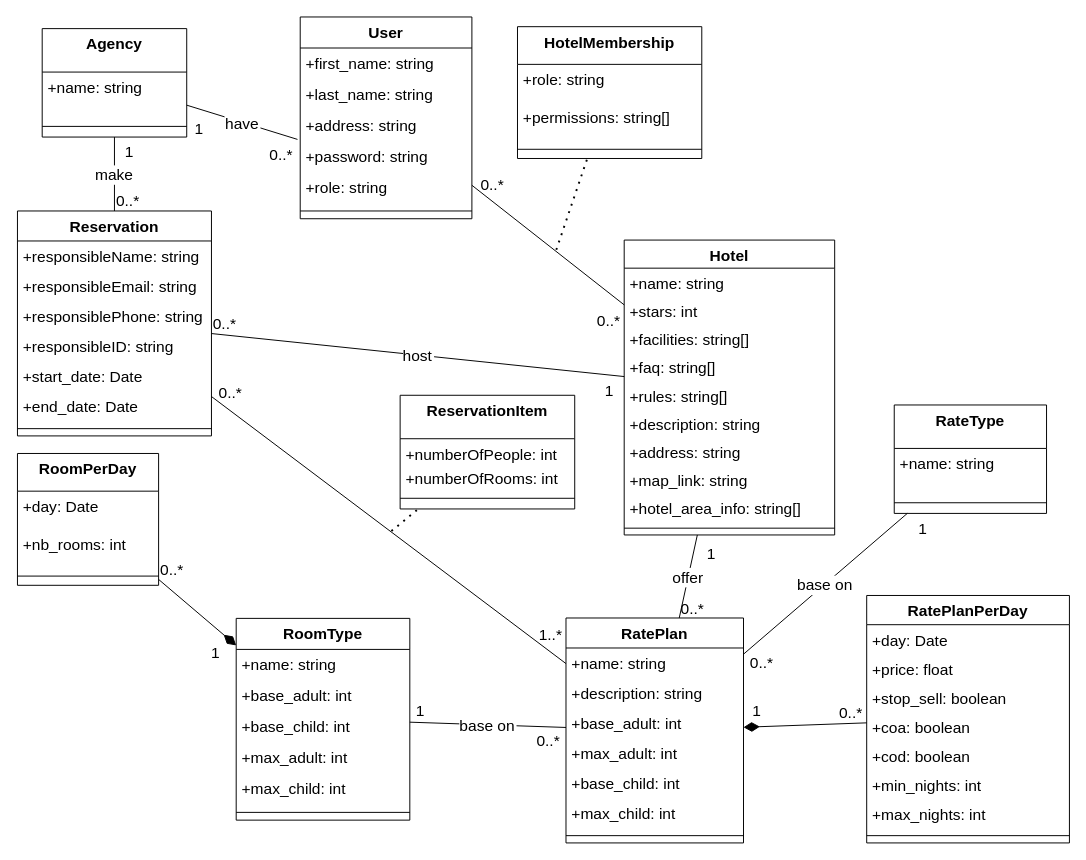
Above: page "back" (3 of 3) of class_diagram.drawio in jawharhmidi02/resrvy_diagrams (draw.io), before the change. Source tidied: cells renumbered, new cells numbered last; positions are measured from the earlier drawing's top-left corner, leaving out a move shared by most shapes. Both pictures are drawn from the tidied source at 97%, with x=0, y=0 at pixel (16, 16).
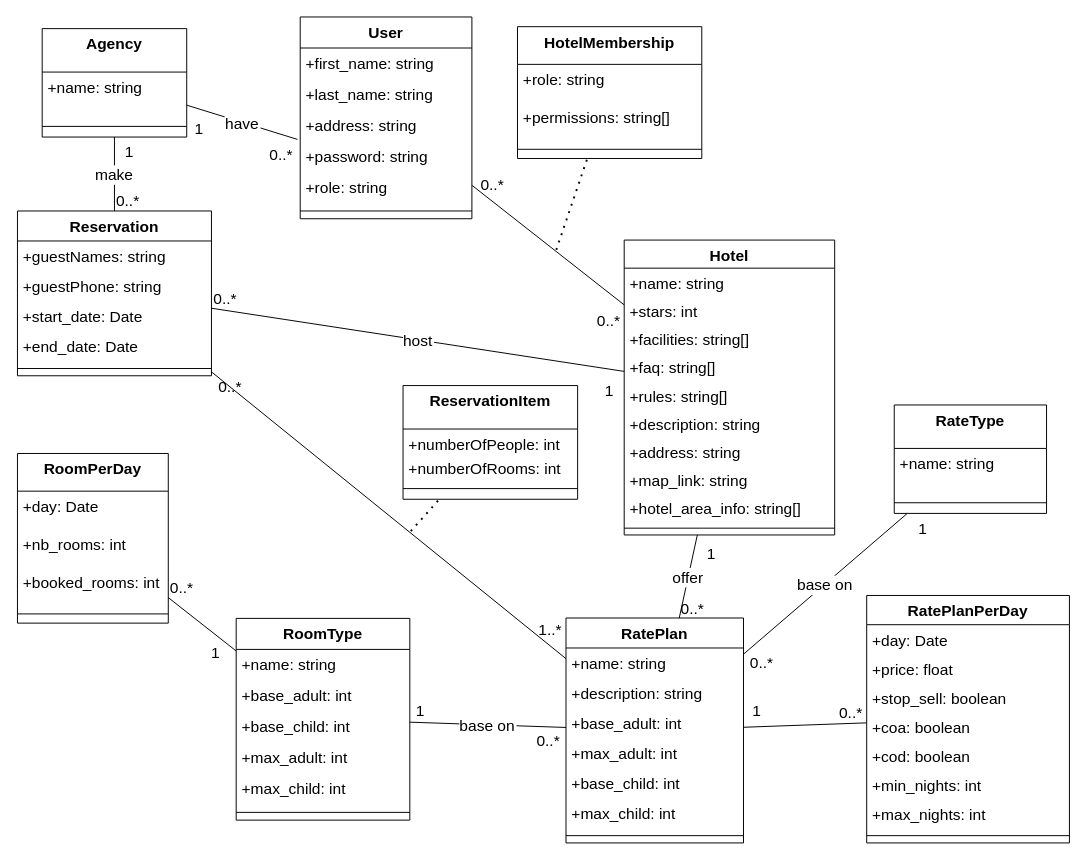
After the change.

Unchanged cells that the change refers to:
```xml
<mxCell id="39" value="RatePlan" style="swimlane;fontStyle=1;align=center;verticalAlign=top;horizontal=1;startSize=30.933333333333334;fontSize=16;" parent="1" vertex="1">
  <mxGeometry x="566" y="619.6" width="183" height="231.9" as="geometry" />
</mxCell>
<mxCell id="47" value="RatePlanPerDay" style="swimlane;fontStyle=1;align=center;verticalAlign=top;horizontal=1;startSize=30.11764705882353;fontSize=16;" parent="1" vertex="1">
  <mxGeometry x="876" y="596.4" width="209" height="255.1" as="geometry" />
</mxCell>
<mxCell id="56" value="RoomType" style="swimlane;fontStyle=1;align=center;verticalAlign=top;horizontal=1;startSize=32;fontSize=16;" parent="1" vertex="1">
  <mxGeometry x="226" y="620" width="179" height="208" as="geometry" />
</mxCell>
```

The edit, as a diff of the source:
```diff
@@
     <mxCell id="27" value="Reservation" style="swimlane;fontStyle=1;align=center;verticalAlign=top;horizontal=1;startSize=30.933333333333334;fontSize=16;" parent="1" vertex="1">
-      <mxGeometry x="0.5" y="200" width="200" height="231.9" as="geometry" />
+      <mxGeometry x="0.5" y="200" width="200" height="169.9" as="geometry" />
     </mxCell>
-    <mxCell id="28" value="+responsibleName: string" style="text;strokeColor=none;fillColor=none;align=left;verticalAlign=top;spacingLeft=4;spacingRight=4;overflow=hidden;fontSize=16;" parent="27" vertex="1">
+    <mxCell id="28" value="+guestNames: string" style="text;strokeColor=none;fillColor=none;align=left;verticalAlign=top;spacingLeft=4;spacingRight=4;overflow=hidden;fontSize=16;" parent="27" vertex="1">
       <mxGeometry y="30.9" width="200" height="31" as="geometry" />
     </mxCell>
-    <mxCell id="29" value="+responsibleEmail: string" style="text;strokeColor=none;fillColor=none;align=left;verticalAlign=top;spacingLeft=4;spacingRight=4;overflow=hidden;fontSize=16;" parent="27" vertex="1">
-      <mxGeometry y="61.9" width="200" height="31" as="geometry" />
-    </mxCell>
-    <mxCell id="30" value="+responsiblePhone: string" style="text;strokeColor=none;fillColor=none;align=left;verticalAlign=top;spacingLeft=4;spacingRight=4;overflow=hidden;fontSize=16;" parent="27" vertex="1">
-      <mxGeometry y="92.9" width="200" height="31" as="geometry" />
+    <mxCell id="30" value="+guestPhone: string" style="text;strokeColor=none;fillColor=none;align=left;verticalAlign=top;spacingLeft=4;spacingRight=4;overflow=hidden;fontSize=16;" parent="27" vertex="1">
+      <mxGeometry y="61.9" width="200" height="31" as="geometry" />
     </mxCell>
-    <mxCell id="31" value="+responsibleID: string" style="text;strokeColor=none;fillColor=none;align=left;verticalAlign=top;spacingLeft=4;spacingRight=4;overflow=hidden;fontSize=16;" parent="27" vertex="1">
-      <mxGeometry y="123.9" width="200" height="31" as="geometry" />
-    </mxCell>
     <mxCell id="32" value="+start_date: Date" style="text;strokeColor=none;fillColor=none;align=left;verticalAlign=top;spacingLeft=4;spacingRight=4;overflow=hidden;fontSize=16;" parent="27" vertex="1">
-      <mxGeometry y="154.9" width="200" height="31" as="geometry" />
+      <mxGeometry y="92.9" width="200" height="31" as="geometry" />
     </mxCell>
     <mxCell id="33" value="+end_date: Date" style="text;strokeColor=none;fillColor=none;align=left;verticalAlign=top;spacingLeft=4;spacingRight=4;overflow=hidden;fontSize=16;" parent="27" vertex="1">
-      <mxGeometry y="185.9" width="200" height="31" as="geometry" />
+      <mxGeometry y="123.9" width="200" height="31" as="geometry" />
     </mxCell>
     <mxCell id="34" style="line;strokeWidth=1;fillColor=none;align=left;verticalAlign=middle;spacingTop=-1;spacingLeft=3;spacingRight=3;labelPosition=right;strokeColor=inherit;fontSize=16;" parent="27" vertex="1">
-      <mxGeometry y="216.9" width="200" height="15" as="geometry" />
+      <mxGeometry y="154.9" width="200" height="15" as="geometry" />
     </mxCell>
     <mxCell id="35" value="ReservationItem" style="swimlane;fontStyle=1;align=center;verticalAlign=top;horizontal=1;startSize=44.8;fontSize=16;" parent="1" vertex="1">
-      <mxGeometry x="395" y="390" width="180" height="117.2" as="geometry" />
+      <mxGeometry x="398" y="380" width="180" height="117.2" as="geometry" />
     </mxCell>
@@
     <mxCell id="66" value="RoomPerDay" style="swimlane;fontStyle=1;align=center;verticalAlign=top;horizontal=1;startSize=38.857142857142854;fontSize=16;" parent="1" vertex="1">
-      <mxGeometry x="0.5" y="450" width="145.5" height="135.9" as="geometry" />
+      <mxGeometry x="0.5" y="450" width="155.5" height="174.9" as="geometry" />
     </mxCell>
     <mxCell id="67" value="+day: Date" style="text;strokeColor=none;fillColor=none;align=left;verticalAlign=top;spacingLeft=4;spacingRight=4;overflow=hidden;fontSize=16;" parent="66" vertex="1">
-      <mxGeometry y="38.9" width="145.5" height="39" as="geometry" />
+      <mxGeometry y="38.9" width="155.5" height="39" as="geometry" />
     </mxCell>
     <mxCell id="68" value="+nb_rooms: int" style="text;strokeColor=none;fillColor=none;align=left;verticalAlign=top;spacingLeft=4;spacingRight=4;overflow=hidden;fontSize=16;" parent="66" vertex="1">
-      <mxGeometry y="77.9" width="145.5" height="39" as="geometry" />
+      <mxGeometry y="77.9" width="155.5" height="39" as="geometry" />
     </mxCell>
+    <mxCell id="102" value="+booked_rooms: int" style="text;strokeColor=none;fillColor=none;align=left;verticalAlign=top;spacingLeft=4;spacingRight=4;overflow=hidden;fontSize=16;" parent="66" vertex="1">
+      <mxGeometry y="116.9" width="155.5" height="39" as="geometry" />
+    </mxCell>
     <mxCell id="69" style="line;strokeWidth=1;fillColor=none;align=left;verticalAlign=middle;spacingTop=-1;spacingLeft=3;spacingRight=3;labelPosition=right;strokeColor=inherit;fontSize=16;" parent="66" vertex="1">
-      <mxGeometry y="116.9" width="145.5" height="19" as="geometry" />
+      <mxGeometry y="155.9" width="155.5" height="19" as="geometry" />
     </mxCell>
@@
-    <mxCell id="80" style="curved=0;startArrow=diamondThin;startSize=14;startFill=1;endArrow=none;rounded=0;jumpSize=54;jumpStyle=line;fontSize=16;" parent="1" edge="1" source="39" target="47">
+    <mxCell id="80" style="curved=0;startArrow=none;startSize=14;startFill=0;endArrow=none;rounded=0;jumpSize=54;jumpStyle=line;fontSize=16;" parent="1" edge="1" source="39" target="47">
       <mxGeometry relative="1" as="geometry" />
     </mxCell>
@@
-    <mxCell id="82" style="curved=0;startArrow=diamondThin;startSize=14;startFill=1;endArrow=none;rounded=0;jumpSize=54;jumpStyle=line;fontSize=16;" parent="1" edge="1" source="56" target="66">
+    <mxCell id="82" style="curved=0;startArrow=none;startSize=14;startFill=0;endArrow=none;rounded=0;jumpSize=54;jumpStyle=line;fontSize=16;" parent="1" edge="1" source="56" target="66">
       <mxGeometry relative="1" as="geometry" />
     </mxCell>
@@
     <mxCell id="101" style="endArrow=none;dashed=1;html=1;dashPattern=1 3;strokeWidth=2;rounded=0;" parent="1" edge="1" target="35">
       <mxGeometry relative="1" as="geometry">
-        <mxPoint x="386" y="530" as="sourcePoint" />
+        <mxPoint x="406" y="530" as="sourcePoint" />
       </mxGeometry>
     </mxCell>
```
